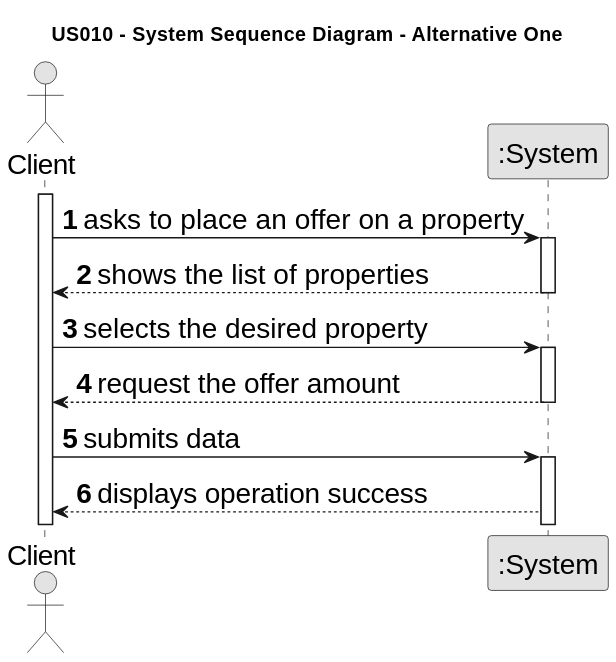
PureNimble/ISEP-LAPR2 keeps this PlantUML diagram as docs/sprintD/US010/01.requirements-engineering/svg/us010-system-sequence-diagram-alternative-one.svg. Above is the earlier version.
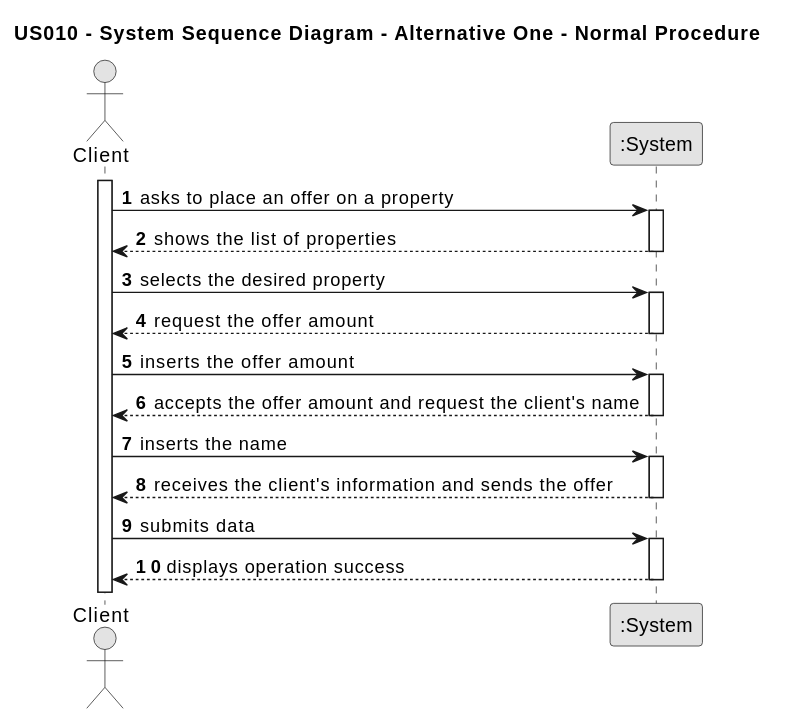
The same file after the commit.

What changed in the source:
```diff
@@ -1,11 +1,9 @@
 @startuml
-skinparamlocked defaultFontSize 20
-
 skinparam monochrome true
 skinparam packageStyle rectangle
 skinparam shadowing false
 
-title US010 - System Sequence Diagram - Alternative One
+title US010 - System Sequence Diagram - Alternative One - Normal Procedure
 
 autonumber
 
@@ -26,9 +24,21 @@
 System --> Client : request the offer amount
 deactivate System
 
+Client -> System: inserts the offer amount
+activate System
+
+System --> Client: accepts the offer amount and request the client's name
+deactivate System
+
+Client -> System : inserts the name
+activate System
+
+System --> Client : receives the client's information and sends the offer
+deactivate System
 
 Client -> System : submits data
 activate System
 
 System --> Client : displays operation success
+deactivate System
 @enduml
```
